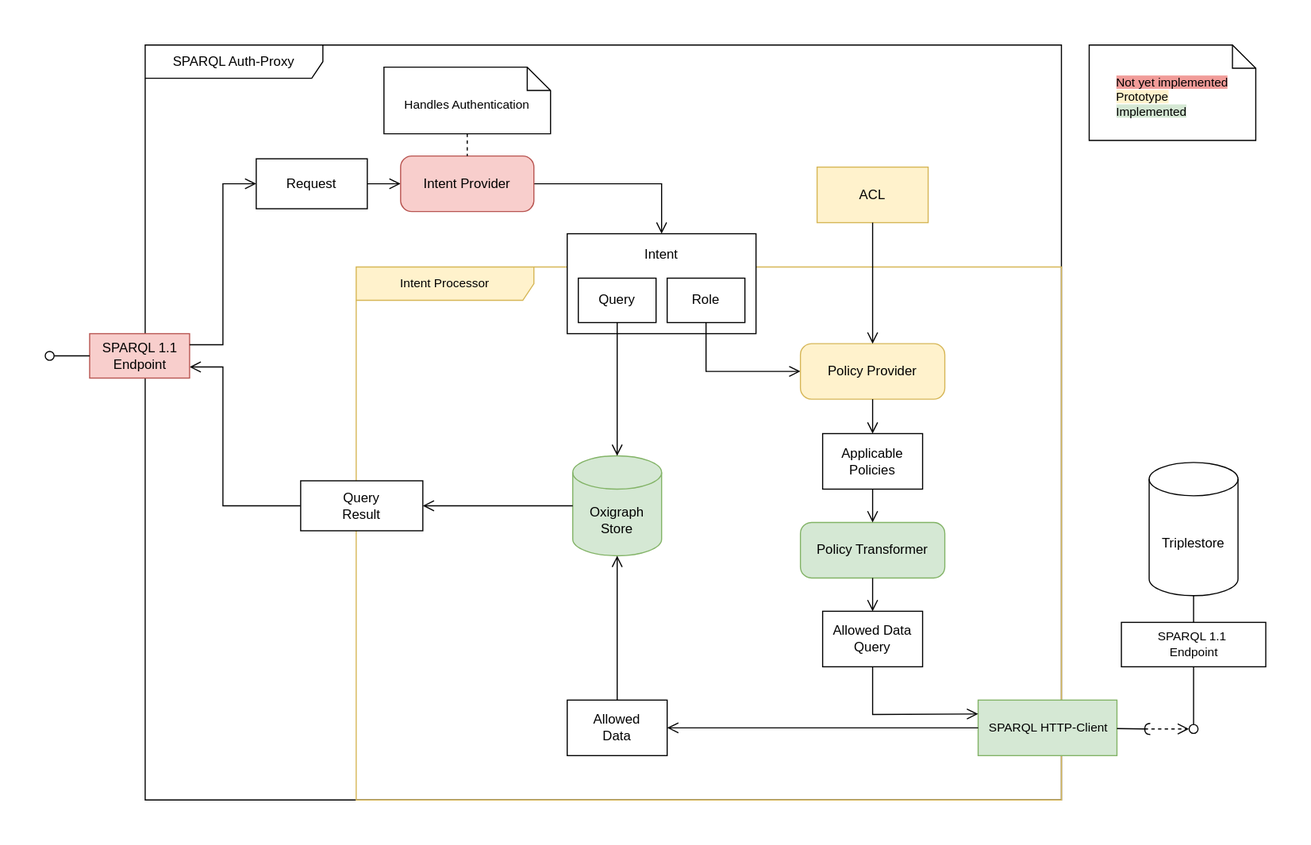
Earlier version of the draw.io export doc/img/architecture.svg (swiss/ld-prototype-proxy). Source tidied: cells renumbered, new cells last; positions are measured from the earlier drawing's top-left corner, leaving out a move shared by most shapes.
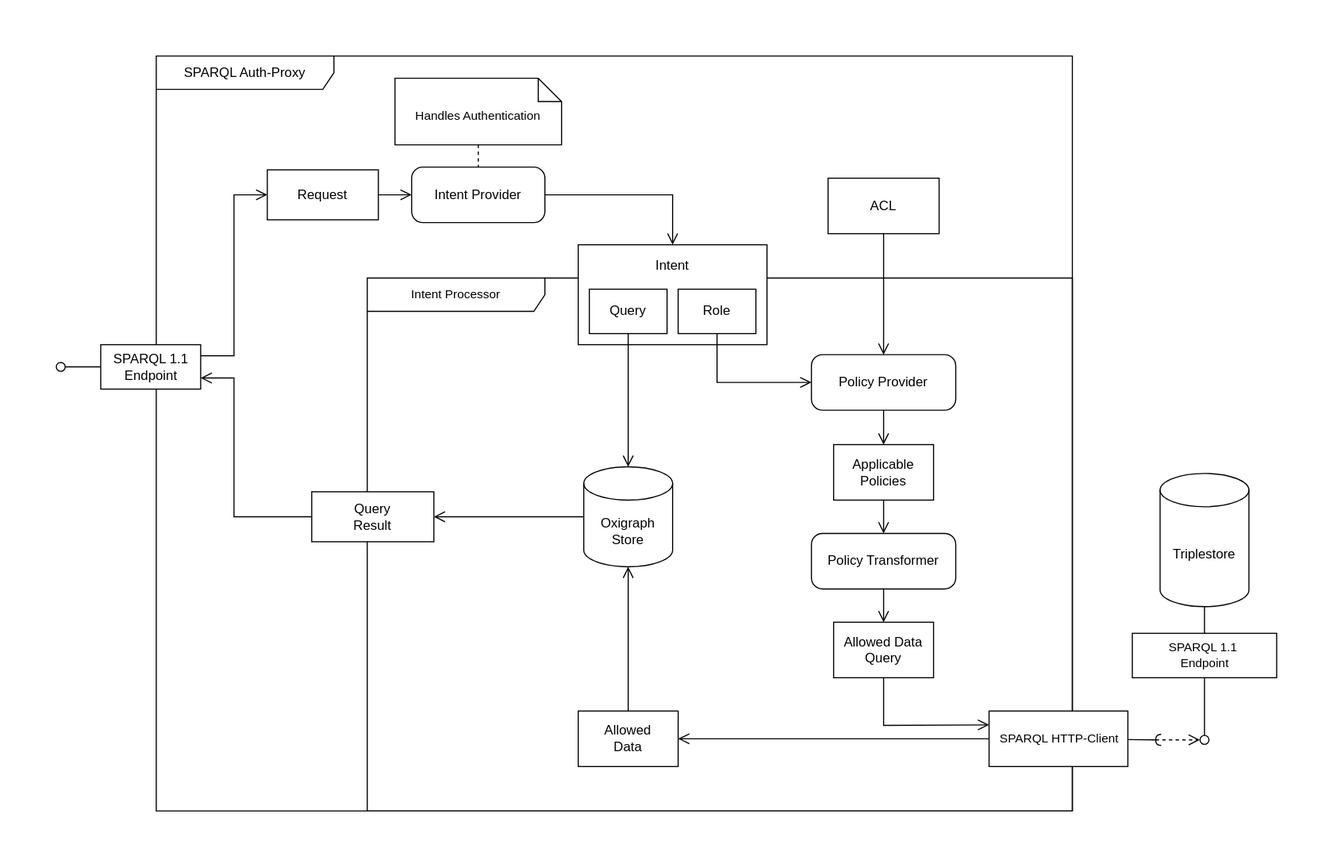
After the change.

Commit message:
update architectural diagram

The edit, as a diff of the source:
```diff
@@ -8,10 +8,10 @@
     <mxCell id="3" value="SPARQL Auth-Proxy" style="shape=umlFrame;whiteSpace=wrap;html=1;width=160;" parent="1" vertex="1">
       <mxGeometry x="90" width="825" height="680" as="geometry" />
     </mxCell>
-    <mxCell id="4" value="Intent Processor" style="shape=umlFrame;whiteSpace=wrap;html=1;width=160;fontFamily=Helvetica;fontSize=11;labelBackgroundColor=none;fillColor=#fff2cc;strokeColor=#d6b656;" parent="3" vertex="1">
+    <mxCell id="4" value="Intent Processor" style="shape=umlFrame;whiteSpace=wrap;html=1;width=160;fontFamily=Helvetica;fontSize=11;labelBackgroundColor=none;" parent="3" vertex="1">
       <mxGeometry x="190" y="200" width="635" height="480" as="geometry" />
     </mxCell>
-    <mxCell id="5" value="Oxigraph&lt;div&gt;Store&lt;/div&gt;" style="shape=cylinder3;whiteSpace=wrap;html=1;boundedLbl=1;backgroundOutline=1;size=15;fillColor=#d5e8d4;strokeColor=#82b366;" parent="4" vertex="1">
+    <mxCell id="5" value="Oxigraph&lt;div&gt;Store&lt;/div&gt;" style="shape=cylinder3;whiteSpace=wrap;html=1;boundedLbl=1;backgroundOutline=1;size=15;" parent="4" vertex="1">
       <mxGeometry x="195" y="170" width="80" height="90" as="geometry" />
     </mxCell>
     <mxCell id="6" value="Allowed&lt;div&gt;Data&lt;/div&gt;" style="rounded=0;whiteSpace=wrap;html=1;" parent="4" vertex="1">
@@ -45,7 +45,7 @@
     <mxCell id="14" style="edgeStyle=none;rounded=0;jettySize=auto;html=1;exitX=0.5;exitY=1;exitDx=0;exitDy=0;entryX=0.5;entryY=0;entryDx=0;entryDy=0;entryPerimeter=0;strokeColor=default;strokeWidth=1;align=center;verticalAlign=bottom;fontFamily=Helvetica;fontSize=11;fontColor=default;labelBackgroundColor=none;startArrow=none;startFill=0;endArrow=open;endFill=0;endSize=8;" parent="4" edge="1" source="11" target="5">
       <mxGeometry relative="1" as="geometry" />
     </mxCell>
-    <mxCell id="15" value="Policy Transformer" style="html=1;dashed=0;rounded=1;absoluteArcSize=1;arcSize=20;verticalAlign=middle;align=center;whiteSpace=wrap;fillColor=#d5e8d4;strokeColor=#82b366;" parent="4" vertex="1">
+    <mxCell id="15" value="Policy Transformer" style="html=1;dashed=0;rounded=1;absoluteArcSize=1;arcSize=20;verticalAlign=middle;align=center;whiteSpace=wrap;" parent="4" vertex="1">
       <mxGeometry x="400" y="230" width="130" height="50" as="geometry" />
     </mxCell>
     <mxCell id="16" value="Applicable&lt;div&gt;Policies&lt;/div&gt;" style="fontStyle=0;html=1;whiteSpace=wrap;" parent="4" vertex="1">
@@ -54,13 +54,13 @@
     <mxCell id="17" style="edgeStyle=none;rounded=0;jettySize=auto;html=1;exitX=0.5;exitY=1;exitDx=0;exitDy=0;entryX=0.5;entryY=0;entryDx=0;entryDy=0;strokeColor=default;strokeWidth=1;align=center;verticalAlign=bottom;fontFamily=Helvetica;fontSize=11;fontColor=default;labelBackgroundColor=none;startArrow=none;startFill=0;endArrow=open;endFill=0;endSize=8;" parent="4" edge="1" source="16" target="15">
       <mxGeometry relative="1" as="geometry" />
     </mxCell>
-    <mxCell id="18" value="Policy Provider" style="html=1;dashed=0;rounded=1;absoluteArcSize=1;arcSize=20;verticalAlign=middle;align=center;whiteSpace=wrap;fillColor=#fff2cc;strokeColor=#d6b656;" parent="4" vertex="1">
+    <mxCell id="18" value="Policy Provider" style="html=1;dashed=0;rounded=1;absoluteArcSize=1;arcSize=20;verticalAlign=middle;align=center;whiteSpace=wrap;" parent="4" vertex="1">
       <mxGeometry x="400" y="69" width="130" height="50" as="geometry" />
     </mxCell>
     <mxCell id="19" style="edgeStyle=none;rounded=0;jettySize=auto;html=1;exitX=0.5;exitY=1;exitDx=0;exitDy=0;entryX=0.5;entryY=0;entryDx=0;entryDy=0;strokeColor=default;strokeWidth=1;align=center;verticalAlign=bottom;fontFamily=Helvetica;fontSize=11;fontColor=default;labelBackgroundColor=none;startArrow=none;startFill=0;endArrow=open;endFill=0;endSize=8;" parent="4" edge="1" source="18" target="16">
       <mxGeometry relative="1" as="geometry" />
     </mxCell>
-    <mxCell id="20" value="SPARQL HTTP-Client" style="html=1;rounded=0;fontFamily=Helvetica;fontSize=11;labelBackgroundColor=none;fillColor=#d5e8d4;strokeColor=#82b366;" parent="4" vertex="1">
+    <mxCell id="20" value="SPARQL HTTP-Client" style="html=1;rounded=0;fontFamily=Helvetica;fontSize=11;labelBackgroundColor=none;" parent="4" vertex="1">
       <mxGeometry x="560" y="390" width="125" height="50" as="geometry" />
     </mxCell>
     <mxCell id="21" style="edgeStyle=none;rounded=0;jettySize=auto;html=1;exitX=0;exitY=0.5;exitDx=0;exitDy=0;entryX=1;entryY=0.5;entryDx=0;entryDy=0;strokeColor=default;strokeWidth=1;align=center;verticalAlign=bottom;fontFamily=Helvetica;fontSize=11;fontColor=default;labelBackgroundColor=none;startArrow=none;startFill=0;endArrow=open;endFill=0;endSize=8;" parent="4" edge="1" source="20" target="6">
@@ -90,7 +90,7 @@
     <mxCell id="26" value="Query&lt;div&gt;Result&lt;/div&gt;" style="rounded=0;whiteSpace=wrap;html=1;" parent="3" vertex="1">
       <mxGeometry x="140" y="392.5" width="110" height="45" as="geometry" />
     </mxCell>
-    <mxCell id="27" value="SPARQL 1.1&lt;div&gt;Endpoint&lt;/div&gt;" style="html=1;rounded=0;fillColor=#f8cecc;strokeColor=#b85450;" parent="3" vertex="1">
+    <mxCell id="27" value="SPARQL 1.1&lt;div&gt;Endpoint&lt;/div&gt;" style="html=1;rounded=0;" parent="3" vertex="1">
       <mxGeometry x="-50" y="260" width="90" height="40" as="geometry" />
     </mxCell>
     <mxCell id="28" style="edgeStyle=none;rounded=0;jettySize=auto;html=1;exitX=1;exitY=0.5;exitDx=0;exitDy=0;entryX=0;entryY=0.5;entryDx=0;entryDy=0;strokeColor=default;strokeWidth=1;align=center;verticalAlign=bottom;fontFamily=Helvetica;fontSize=11;fontColor=default;labelBackgroundColor=none;startArrow=none;startFill=0;endArrow=open;endFill=0;endSize=8;" parent="3" edge="1" source="29" target="31">
@@ -106,7 +106,7 @@
         </Array>
       </mxGeometry>
     </mxCell>
-    <mxCell id="31" value="Intent Provider" style="html=1;dashed=0;rounded=1;absoluteArcSize=1;arcSize=20;verticalAlign=middle;align=center;whiteSpace=wrap;fillColor=#f8cecc;strokeColor=#b85450;" parent="3" vertex="1">
+    <mxCell id="31" value="Intent Provider" style="html=1;dashed=0;rounded=1;absoluteArcSize=1;arcSize=20;verticalAlign=middle;align=center;whiteSpace=wrap;" parent="3" vertex="1">
       <mxGeometry x="230" y="100" width="120" height="50" as="geometry" />
     </mxCell>
     <mxCell id="32" style="endArrow=open;startArrow=none;endFill=0;startFill=0;endSize=8;html=1;verticalAlign=bottom;labelBackgroundColor=none;strokeWidth=1;rounded=0;exitX=1;exitY=0.25;exitDx=0;exitDy=0;entryX=0;entryY=0.5;entryDx=0;entryDy=0;" parent="3" edge="1" source="27" target="29">
@@ -120,7 +120,7 @@
     <mxCell id="33" style="edgeStyle=none;rounded=0;jettySize=auto;html=1;entryX=1;entryY=0.5;entryDx=0;entryDy=0;strokeColor=default;strokeWidth=1;align=center;verticalAlign=bottom;fontFamily=Helvetica;fontSize=11;fontColor=default;labelBackgroundColor=none;startArrow=none;startFill=0;endArrow=open;endFill=0;endSize=8;exitX=0;exitY=0.5;exitDx=0;exitDy=0;exitPerimeter=0;" parent="3" edge="1" source="5" target="26">
       <mxGeometry relative="1" as="geometry" />
     </mxCell>
-    <mxCell id="34" value="ACL" style="rounded=0;whiteSpace=wrap;html=1;fillColor=#fff2cc;strokeColor=#d6b656;" parent="3" vertex="1">
+    <mxCell id="34" value="ACL" style="rounded=0;whiteSpace=wrap;html=1;" parent="3" vertex="1">
       <mxGeometry x="605" y="110" width="100" height="50" as="geometry" />
     </mxCell>
     <mxCell id="35" style="edgeStyle=none;rounded=0;jettySize=auto;html=1;exitX=0.5;exitY=1;exitDx=0;exitDy=0;entryX=0.5;entryY=0;entryDx=0;entryDy=0;strokeColor=default;strokeWidth=1;align=center;verticalAlign=bottom;fontFamily=Helvetica;fontSize=11;fontColor=default;labelBackgroundColor=none;startArrow=none;startFill=0;endArrow=open;endFill=0;endSize=8;" parent="3" edge="1" source="34" target="18">
@@ -164,8 +164,5 @@
     <mxCell id="47" style="html=1;align=center;verticalAlign=top;labelBackgroundColor=none;fontFamily=Helvetica;fontSize=11;fontColor=default;" parent="46" vertex="1">
       <mxGeometry relative="1" as="geometry" />
     </mxCell>
-    <mxCell id="48" value="&lt;div style=&quot;text-align: left;&quot;&gt;&lt;span style=&quot;background-color: rgb(241, 156, 153);&quot;&gt;Not yet implemented&lt;/span&gt;&lt;/div&gt;&lt;div style=&quot;text-align: left;&quot;&gt;&lt;span style=&quot;background-color: rgb(255, 242, 204);&quot;&gt;Prototype&lt;/span&gt;&lt;/div&gt;&lt;div style=&quot;text-align: left;&quot;&gt;&lt;span style=&quot;background-color: rgb(213, 232, 212);&quot;&gt;Implemented&lt;/span&gt;&lt;/div&gt;" style="shape=note2;boundedLbl=1;whiteSpace=wrap;html=1;size=21;verticalAlign=top;align=center;fontFamily=Helvetica;fontSize=11;fontColor=default;labelBackgroundColor=none;" parent="1" vertex="1">
-      <mxGeometry x="940" width="150" height="86" as="geometry" />
-    </mxCell>
   </root>
 </mxGraphModel>
```
